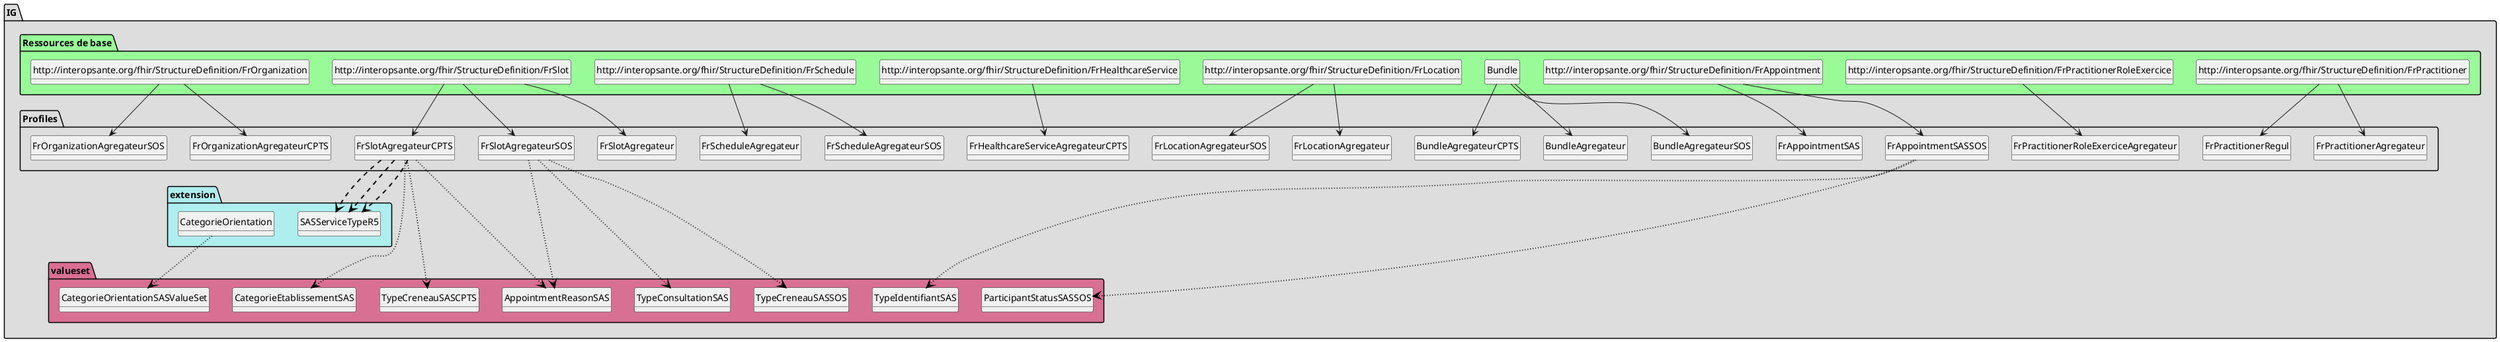
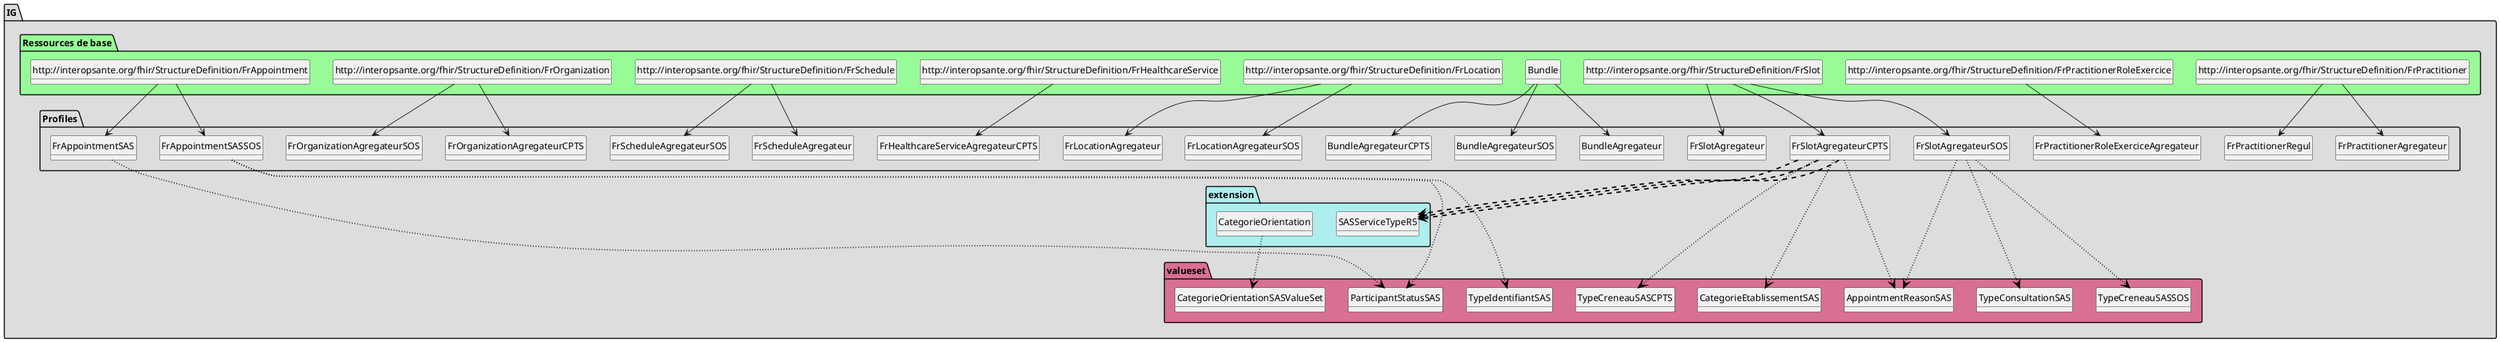
@startuml
set namespaceSeparator ?
hide circle
hide class fields

package IG #DDDDDD{

     package Profiles #DDDDDD{

        class BundleAgregateur{

             Bundle.type => [None..None]
             Bundle.entry => [None..None]
             Bundle.entry:FrSlotAgregateur => [0..*]
             Bundle.entry:FrSlotAgregateur.resource => [None..None]
             Bundle.entry:FrScheduleAgregateur => [0..*]
             Bundle.entry:FrScheduleAgregateur.resource => [None..None]
             Bundle.entry:FrPractitionerAgregateur => [0..*]
             Bundle.entry:FrPractitionerAgregateur.resource => [None..None]
             Bundle.entry:FrPractitionerRoleExerciceAgregateur => [0..*]
             Bundle.entry:FrPractitionerRoleExerciceAgregateur.resource => [None..None]
        }

        class FrAppointmentSAS{

             Appointment => [None..None]
             Appointment.extension => [1..None]
             Appointment.extension:appointmentOperator => <&plus>[1..None]
             Appointment.extension:appointmentOperator.extension => <&plus>[None..0]
             Appointment.extension:appointmentOperator.value[x] => <&plus>[1..None]
             Appointment.extension:appointmentOperator.value[x]:valueReference => <&plus>[1..None]
             Appointment.extension:appointmentOperator.value[x]:valueReference.identifier => <&plus>[1..None]
             Appointment.extension:appointmentOperator.value[x]:valueReference.identifier.type => <&plus>[1..None]
             Appointment.extension:appointmentOperator.value[x]:valueReference.identifier.type.coding => <&plus>[1..1]
             Appointment.extension:appointmentOperator.value[x]:valueReference.identifier.type.coding.system => <&plus>[None..None]
             Appointment.extension:appointmentOperator.value[x]:valueReference.identifier.type.coding.code => <&plus>[1..None]
             Appointment.extension:appointmentOperator.value[x]:valueReference.identifier.system => <&plus>[1..None]
             Appointment.extension:appointmentOperator.value[x]:valueReference.identifier.value => <&plus>[1..None]
             Appointment.identifier => [1..1]
             Appointment.identifier.system => [1..None]
             Appointment.identifier.value => [1..None]
             Appointment.start => [1..None]
             Appointment.end => [1..None]
             Appointment.created => [None..None]
             Appointment.participant.actor.identifier.type => [1..None]
             Appointment.participant.actor.identifier.type.coding => [1..1]
             Appointment.participant.actor.identifier.system => [1..None]
             Appointment.participant.actor.identifier.value => [1..None]
             Appointment.participant.status => [None..None]
        }

        class FrLocationAgregateur{

             Location => [None..None]
             Location.address => [1..None]
             Location.address.line => [1..1]
             Location.address.city => [1..None]
             Location.address.postalCode => [1..None]
        }

        class FrPractitionerAgregateur{

             Practitioner.identifier => [1..None]
             Practitioner.identifier.type => [None..None]
             Practitioner.identifier.type.coding => [None..1]
             Practitioner.identifier.system => [None..None]
             Practitioner.name.family => [None..None]
             Practitioner.name.given => [None..None]
        }

        class FrPractitionerRegul{

             Practitioner => [None..None]
             Practitioner.meta.source => [None..None]
             Practitioner.identifier => [1..None]
             Practitioner.identifier:IdentifiantNatPS => [0..1]
             Practitioner.identifier:IdentifiantNatPS.type => [None..None]
             Practitioner.identifier:IdentifiantNatPS.system => [None..None]
             Practitioner.identifier:IdentifiantInterne => [0..1]
             Practitioner.identifier:IdentifiantInterne.type => [None..None]
             Practitioner.identifier:IdentifiantInterne.system => [None..None]
             Practitioner.active => [1..None]
             Practitioner.name.family => [1..None]
             Practitioner.name.given => [1..1]
             Practitioner.telecom.system => [None..None]
        }

        class FrPractitionerRoleExerciceAgregateur{

             PractitionerRole.contained => [1..None]
             PractitionerRole.practitioner => [None..None]
             PractitionerRole.organization.identifier => [None..None]
             PractitionerRole.organization.identifier.type => [None..None]
             PractitionerRole.organization.identifier.system => [None..None]
             PractitionerRole.location => [1..1]
        }

        class FrScheduleAgregateur{

             Schedule.actor => [None..None]
        }

        class FrSlotAgregateur{

             Slot.meta.security => [None..None]
             Slot.serviceType => [None..None]
             Slot.serviceType:TypeConsultation => [0..*]
             Slot.serviceType:TypeConsultation.coding.system => [1..None]
             Slot.specialty => [None..None]
             Slot.appointmentType => [None..None]
             Slot.schedule => [None..None]
             Slot.status => [None..None]
             Slot.start => [None..None]
             Slot.end => [None..None]
             Slot.comment => [None..None]
        }

        class BundleAgregateurCPTS{

             Bundle.type => [None..None]
             Bundle.total => [1..None]
             Bundle.link => [1..1]
             Bundle.entry => [4..None]
             Bundle.entry:slotAgregateurCPTS => [1..*]
             Bundle.entry:slotAgregateurCPTS.fullUrl => [1..None]
             Bundle.entry:slotAgregateurCPTS.resource => [None..None]
             Bundle.entry:scheduleAgregateurCPTS => [1..*]
             Bundle.entry:scheduleAgregateurCPTS.fullUrl => [1..None]
             Bundle.entry:scheduleAgregateurCPTS.resource => [None..None]
             Bundle.entry:practitionerAgregateur => [1..*]
             Bundle.entry:practitionerAgregateur.fullUrl => [1..None]
             Bundle.entry:practitionerAgregateur.resource => [None..None]
             Bundle.entry:practitionerRole => [1..*]
             Bundle.entry:practitionerRole.fullUrl => [1..None]
             Bundle.entry:practitionerRole.resource => [None..None]
             Bundle.entry:healthcareserviceCPTS => [0..*]
             Bundle.entry:healthcareserviceCPTS.fullUrl => [1..None]
             Bundle.entry:healthcareserviceCPTS.resource => [None..None]
             Bundle.entry:organizationAgregateurCPTS => [0..*]
             Bundle.entry:organizationAgregateurCPTS.fullUrl => [1..None]
             Bundle.entry:organizationAgregateurCPTS.resource => [None..None]
        }

        class FrHealthcareServiceAgregateurCPTS{

             HealthcareService.id => [1..None]
             HealthcareService.providedBy => [1..None]
        }

        class FrOrganizationAgregateurCPTS{

             Organization.identifier => [1..1]
             Organization.identifier.type => [None..None]
             Organization.identifier.system => [None..None]
             Organization.name => [None..None]
             Organization.telecom => [None..None]
        }

        class FrSlotAgregateurCPTS{

             Slot.meta.security => [None..None]
             Slot.serviceType => [None..None]
             Slot.serviceType.extension:sas-servicetype-r5 => <&plus>[0..1]
             Slot.serviceType:TypeConsultation => [0..*]
             Slot.serviceType:TypeConsultation.extension:sas-servicetype-r5 => <&plus>[0..0]
             Slot.serviceType:TypeConsultation.coding.system => [None..None]
             Slot.serviceType:referencecpts => [0..*]
             Slot.serviceType:referencecpts.extension => [1..None]
             Slot.serviceType:referencecpts.extension:sas-servicetype-r5 => <&plus>[1..1]
             Slot.serviceType:referencecpts.extension:sas-servicetype-r5.value[x] => <&plus>[None..None]
             Slot.appointmentType.coding => [None..None]
             Slot.schedule => [None..None]
             Slot.status => [None..None]
        }

        class FrAppointmentSASSOS{

             Appointment => [None..None]
             Appointment.extension => [1..1]
             Appointment.extension:appointmentOperator => <&plus>[1..None]
             Appointment.extension:appointmentOperator.extension => <&plus>[None..0]
             Appointment.extension:appointmentOperator.value[x] => <&plus>[None..None]
             Appointment.extension:appointmentOperator.value[x]:valueReference => <&plus>[None..None]
             Appointment.extension:appointmentOperator.value[x]:valueReference.identifier.type => <&plus>[1..None]
             Appointment.extension:appointmentOperator.value[x]:valueReference.identifier.type.coding => <&plus>[1..1]
             Appointment.extension:appointmentOperator.value[x]:valueReference.identifier.type.coding.code => <&plus>[1..None]
             Appointment.extension:appointmentOperator.value[x]:valueReference.identifier.system => <&plus>[1..None]
             Appointment.extension:appointmentOperator.value[x]:valueReference.identifier.value => <&plus>[1..None]
             Appointment.identifier => [1..1]
             Appointment.identifier.system => [1..None]
             Appointment.identifier.value => [1..None]
             Appointment.start => [1..None]
             Appointment.end => [1..None]
             Appointment.created => [None..None]
             Appointment.participant.status => [None..None]
        }

        class BundleAgregateurSOS{

             Bundle.type => [None..None]
             Bundle.total => [1..None]
             Bundle.link => [1..1]
             Bundle.entry => [4..None]
             Bundle.entry:slotAgregateurSOS => [1..*]
             Bundle.entry:slotAgregateurSOS.fullUrl => [1..None]
             Bundle.entry:slotAgregateurSOS.resource => [None..None]
             Bundle.entry:scheduleAgregateurSOS => [1..*]
             Bundle.entry:scheduleAgregateurSOS.fullUrl => [1..None]
             Bundle.entry:scheduleAgregateurSOS.resource => [None..None]
             Bundle.entry:locationAgregateurSOS => [1..*]
             Bundle.entry:locationAgregateurSOS.fullUrl => [1..None]
             Bundle.entry:locationAgregateurSOS.resource => [None..None]
             Bundle.entry:organizationAgregateurSOS => [1..*]
             Bundle.entry:organizationAgregateurSOS.fullUrl => [1..None]
             Bundle.entry:organizationAgregateurSOS.resource => [None..None]
        }

        class FrLocationAgregateurSOS{

             Location.identifier.type => [None..None]
             Location.name => [1..None]
             Location.address => [1..None]
             Location.address.line => [1..1]
             Location.address.city => [1..None]
             Location.address.postalCode => [1..None]
             Location.managingOrganization => [1..None]
             Location.managingOrganization.reference => [1..None]
        }

        class FrOrganizationAgregateurSOS{

             Organization.identifier => [1..1]
             Organization.identifier.type => [None..None]
             Organization.identifier.system => [None..None]
        }

        class FrScheduleAgregateurSOS{

             Schedule.actor => [None..None]
             Schedule.actor.reference => [1..None]
        }

        class FrSlotAgregateurSOS{

             Slot.meta.security => [None..None]
             Slot.serviceType.coding => [None..None]
             Slot.appointmentType.coding => [None..None]
             Slot.schedule => [None..None]
             Slot.status => [None..None]
         }

     }
     package extension #paleturquoise {

     FrSlotAgregateurCPTS -[#black,dashed,thickness=2]-> SASServiceTypeR5
     FrSlotAgregateurCPTS -[#black,dashed,thickness=2]-> SASServiceTypeR5
     FrSlotAgregateurCPTS -[#black,dashed,thickness=2]-> SASServiceTypeR5

        class CategorieOrientation{

          Extension.extension => [None..0]
          Extension.url => [None..None]
          Extension.value[x] => [None..None]
        }
        class SASServiceTypeR5{

          Extension.extension => [None..0]
          Extension.url => [None..None]
          Extension.value[x] => [None..None]
         }
     }
     package valueset #PaleVioletRed{

+         class ParticipantStatusSAS
+ 
+      FrAppointmentSAS -[#black,dotted,thickness=2]-> ParticipantStatusSAS
+ 
        class CategorieOrientationSASValueSet

     CategorieOrientation -[#black,dotted,thickness=2]-> CategorieOrientationSASValueSet

        class TypeCreneauSASCPTS

     FrSlotAgregateurCPTS -[#black,dotted,thickness=2]-> TypeCreneauSASCPTS

        class CategorieEtablissementSAS

     FrSlotAgregateurCPTS -[#black,dotted,thickness=2]-> CategorieEtablissementSAS

        class AppointmentReasonSAS

     FrSlotAgregateurCPTS -[#black,dotted,thickness=2]-> AppointmentReasonSAS

        class TypeIdentifiantSAS

     FrAppointmentSASSOS -[#black,dotted,thickness=2]-> TypeIdentifiantSAS

-         class ParticipantStatusSASSOS
- 
-      FrAppointmentSASSOS -[#black,dotted,thickness=2]-> ParticipantStatusSASSOS
+         class ParticipantStatusSAS
+ 
+      FrAppointmentSASSOS -[#black,dotted,thickness=2]-> ParticipantStatusSAS

        class TypeCreneauSASSOS

     FrSlotAgregateurSOS -[#black,dotted,thickness=2]-> TypeCreneauSASSOS

        class TypeConsultationSAS

     FrSlotAgregateurSOS -[#black,dotted,thickness=2]-> TypeConsultationSAS

        class AppointmentReasonSAS

     FrSlotAgregateurSOS -[#black,dotted,thickness=2]-> AppointmentReasonSAS
       }

package "Ressources de base" #palegreen {

 class "Bundle" as  class94c51f19c37f96ed231f5a0ae512b2a8

    class94c51f19c37f96ed231f5a0ae512b2a8 --> BundleAgregateur

 class "http://interopsante.org/fhir/StructureDefinition/FrAppointment" as  class659762428c9192e4f39a709a90b89755

    class659762428c9192e4f39a709a90b89755 --> FrAppointmentSAS

 class "http://interopsante.org/fhir/StructureDefinition/FrLocation" as  class98c716d0a783586b61bf924a0c5553ee

    class98c716d0a783586b61bf924a0c5553ee --> FrLocationAgregateur

 class "http://interopsante.org/fhir/StructureDefinition/FrPractitioner" as  class9c7338635efde0683609aa872d6f0df2

    class9c7338635efde0683609aa872d6f0df2 --> FrPractitionerAgregateur

 class "http://interopsante.org/fhir/StructureDefinition/FrPractitioner" as  class9c7338635efde0683609aa872d6f0df2

    class9c7338635efde0683609aa872d6f0df2 --> FrPractitionerRegul

 class "http://interopsante.org/fhir/StructureDefinition/FrPractitionerRoleExercice" as  class73920bd04935d0e883dcf7188fa9fd22

    class73920bd04935d0e883dcf7188fa9fd22 --> FrPractitionerRoleExerciceAgregateur

 class "http://interopsante.org/fhir/StructureDefinition/FrSchedule" as  classb622660bfabd924a2e1a86fb95e2ca04

    classb622660bfabd924a2e1a86fb95e2ca04 --> FrScheduleAgregateur

 class "http://interopsante.org/fhir/StructureDefinition/FrSlot" as  class86363a39b418154a968adc9b5da3fe9c

    class86363a39b418154a968adc9b5da3fe9c --> FrSlotAgregateur

 class "Bundle" as  class94c51f19c37f96ed231f5a0ae512b2a8

    class94c51f19c37f96ed231f5a0ae512b2a8 --> BundleAgregateurCPTS

 class "http://interopsante.org/fhir/StructureDefinition/FrHealthcareService" as  class5d328cad2fd8b92e4c266f5123e4a872

    class5d328cad2fd8b92e4c266f5123e4a872 --> FrHealthcareServiceAgregateurCPTS

 class "http://interopsante.org/fhir/StructureDefinition/FrOrganization" as  class8851530b55b5391f2e88430de6209c3c

    class8851530b55b5391f2e88430de6209c3c --> FrOrganizationAgregateurCPTS

 class "http://interopsante.org/fhir/StructureDefinition/FrSlot" as  class86363a39b418154a968adc9b5da3fe9c

    class86363a39b418154a968adc9b5da3fe9c --> FrSlotAgregateurCPTS

 class "http://interopsante.org/fhir/StructureDefinition/FrAppointment" as  class659762428c9192e4f39a709a90b89755

    class659762428c9192e4f39a709a90b89755 --> FrAppointmentSASSOS

 class "Bundle" as  class94c51f19c37f96ed231f5a0ae512b2a8

    class94c51f19c37f96ed231f5a0ae512b2a8 --> BundleAgregateurSOS

 class "http://interopsante.org/fhir/StructureDefinition/FrLocation" as  class98c716d0a783586b61bf924a0c5553ee

    class98c716d0a783586b61bf924a0c5553ee --> FrLocationAgregateurSOS

 class "http://interopsante.org/fhir/StructureDefinition/FrOrganization" as  class8851530b55b5391f2e88430de6209c3c

    class8851530b55b5391f2e88430de6209c3c --> FrOrganizationAgregateurSOS

 class "http://interopsante.org/fhir/StructureDefinition/FrSchedule" as  classb622660bfabd924a2e1a86fb95e2ca04

    classb622660bfabd924a2e1a86fb95e2ca04 --> FrScheduleAgregateurSOS

 class "http://interopsante.org/fhir/StructureDefinition/FrSlot" as  class86363a39b418154a968adc9b5da3fe9c

    class86363a39b418154a968adc9b5da3fe9c --> FrSlotAgregateurSOS
}
@enduml